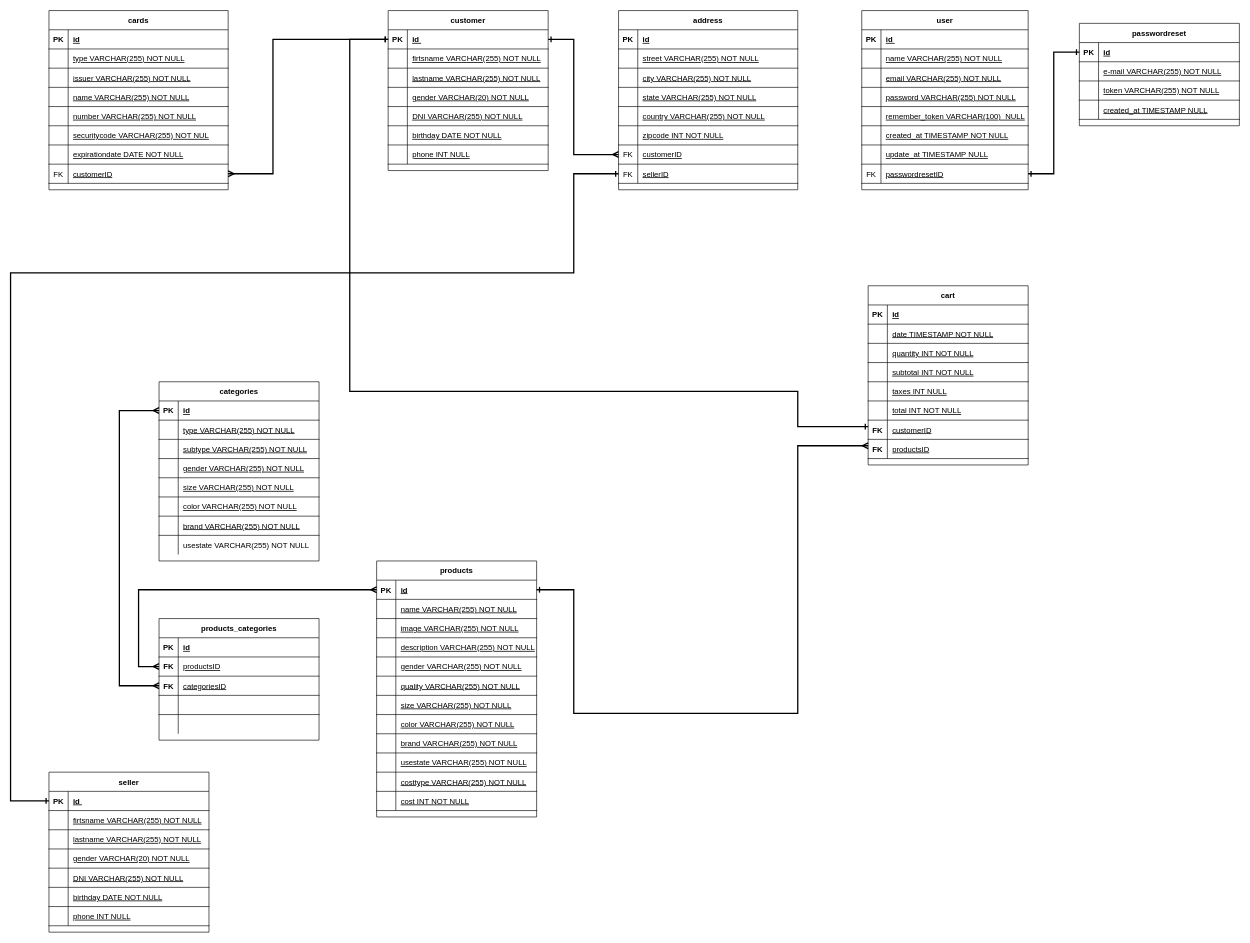
Above: Untitled Diagram.drawio in canetemauricio/equipo11 (draw.io), before the change. Source tidied: cells renumbered, new cells numbered last; positions are measured from the earlier drawing's top-left corner, leaving out a move shared by most shapes. Both pictures are drawn from the tidied source at 64%, with x=0, y=0 at pixel (10, 10).
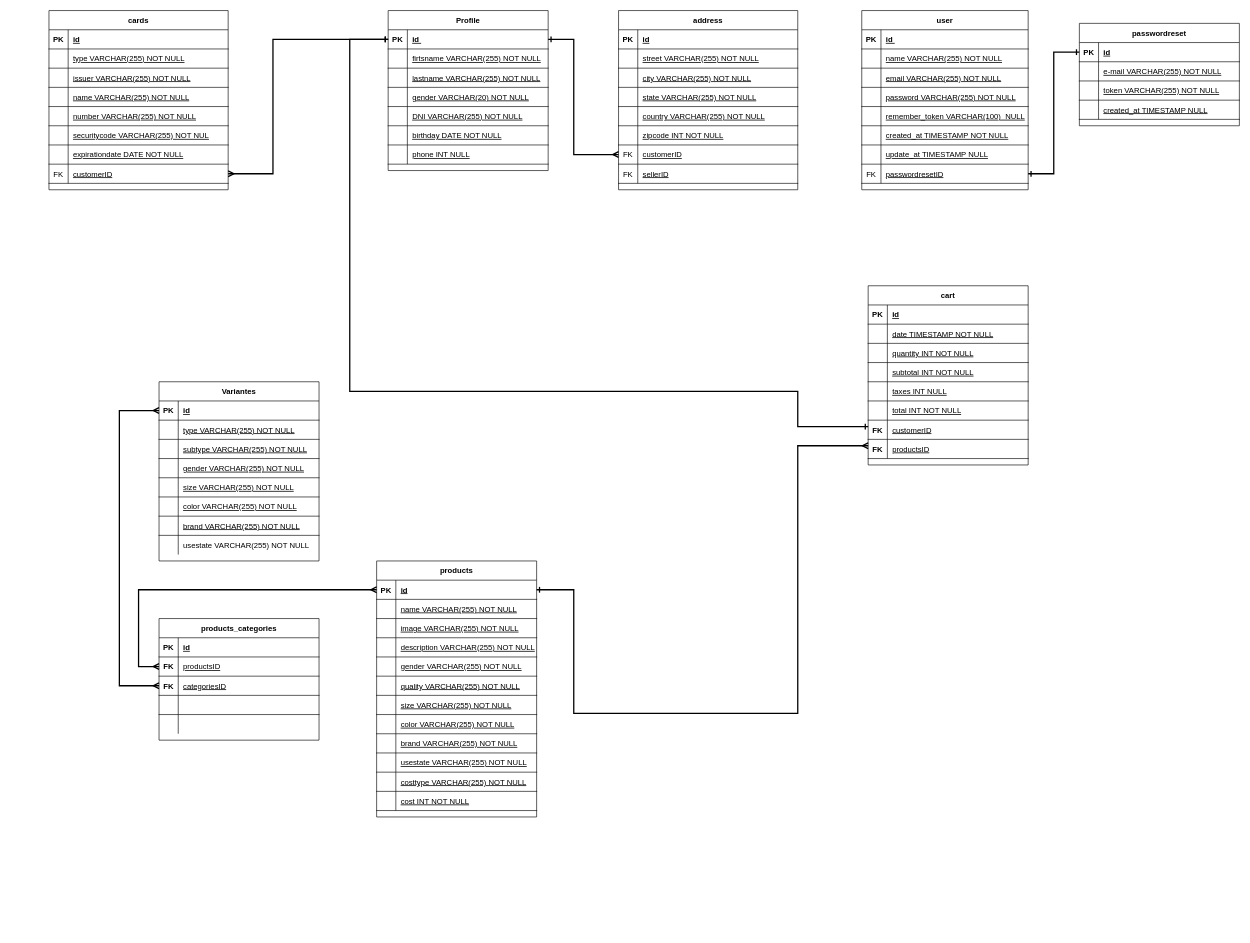
The same diagram, later.

Unchanged cells that the change refers to:
```xml
<mxCell id="133" style="shape=partialRectangle;fillColor=none;points=[[0,0.5],[1,0.5]];portConstraint=eastwest;top=0;left=0;right=0;bottom=1;fontStyle=0;" parent="111" vertex="1">
  <mxGeometry y="240" width="280" height="30" as="geometry" />
</mxCell>
```

Diff of the diagram source:
```diff
@@
-    <mxCell id="2" value="customer" style="shape=table;startSize=30;childLayout=tableLayout;rowLines=0;fontStyle=1;align=center;" parent="1" vertex="1">
+    <mxCell id="2" value="Profile" style="shape=table;startSize=30;childLayout=tableLayout;rowLines=0;fontStyle=1;align=center;" parent="1" vertex="1">
       <mxGeometry x="590" width="250" height="250" as="geometry" />
     </mxCell>
@@
-    <mxCell id="182" value="seller" style="shape=table;startSize=30;childLayout=tableLayout;rowLines=0;fontStyle=1;align=center;" parent="1" vertex="1">
-      <mxGeometry x="60" y="1190" width="250" height="250" as="geometry" />
-    </mxCell>
-    <mxCell id="183" style="shape=partialRectangle;fillColor=none;points=[[0,0.5],[1,0.5]];portConstraint=eastwest;top=0;left=0;right=0;bottom=1;" parent="182" vertex="1">
-      <mxGeometry y="30" width="250" height="30" as="geometry" />
-    </mxCell>
-    <mxCell id="184" value="PK" style="shape=partialRectangle;overflow=hidden;fillColor=none;top=0;left=0;bottom=0;right=0;fontStyle=1;" parent="183" vertex="1">
-      <mxGeometry width="30" height="30" as="geometry" />
-    </mxCell>
-    <mxCell id="185" value="id " style="shape=partialRectangle;overflow=hidden;fillColor=none;top=0;left=0;bottom=0;right=0;align=left;spacingLeft=6;fontStyle=5;" parent="183" vertex="1">
-      <mxGeometry x="30" width="220" height="30" as="geometry" />
-    </mxCell>
-    <mxCell id="186" style="shape=partialRectangle;fillColor=none;top=0;left=0;right=0;bottom=1;fontStyle=0;" parent="182" vertex="1">
-      <mxGeometry y="60" width="250" height="30" as="geometry" />
-    </mxCell>
-    <mxCell id="187" style="shape=partialRectangle;overflow=hidden;fillColor=none;top=0;left=0;bottom=0;right=0;fontStyle=0;" parent="186" vertex="1">
-      <mxGeometry width="30" height="30" as="geometry" />
-    </mxCell>
-    <mxCell id="188" value="firtsname VARCHAR(255) NOT NULL" style="shape=partialRectangle;overflow=hidden;fillColor=none;top=0;left=0;bottom=0;right=0;align=left;spacingLeft=6;fontStyle=4;" parent="186" vertex="1">
-      <mxGeometry x="30" width="220" height="30" as="geometry" />
-    </mxCell>
-    <mxCell id="189" style="shape=partialRectangle;fillColor=none;top=0;left=0;right=0;bottom=1;fontStyle=0;" parent="182" vertex="1">
-      <mxGeometry y="90" width="250" height="30" as="geometry" />
-    </mxCell>
-    <mxCell id="190" style="shape=partialRectangle;overflow=hidden;fillColor=none;top=0;left=0;bottom=0;right=0;fontStyle=0;" parent="189" vertex="1">
-      <mxGeometry width="30" height="30" as="geometry" />
-    </mxCell>
-    <mxCell id="191" value="lastname VARCHAR(255) NOT NULL" style="shape=partialRectangle;overflow=hidden;fillColor=none;top=0;left=0;bottom=0;right=0;align=left;spacingLeft=6;fontStyle=4;" parent="189" vertex="1">
-      <mxGeometry x="30" width="220" height="30" as="geometry" />
-    </mxCell>
-    <mxCell id="192" style="shape=partialRectangle;fillColor=none;top=0;left=0;right=0;bottom=1;fontStyle=0;" parent="182" vertex="1">
-      <mxGeometry y="120" width="250" height="30" as="geometry" />
-    </mxCell>
-    <mxCell id="193" style="shape=partialRectangle;overflow=hidden;fillColor=none;top=0;left=0;bottom=0;right=0;fontStyle=0;" parent="192" vertex="1">
-      <mxGeometry width="30" height="30" as="geometry" />
-    </mxCell>
-    <mxCell id="194" value="gender VARCHAR(20) NOT NULL" style="shape=partialRectangle;overflow=hidden;fillColor=none;top=0;left=0;bottom=0;right=0;align=left;spacingLeft=6;fontStyle=4;" parent="192" vertex="1">
-      <mxGeometry x="30" width="220" height="30" as="geometry" />
-    </mxCell>
-    <mxCell id="195" style="shape=partialRectangle;fillColor=none;top=0;left=0;right=0;bottom=1;fontStyle=0;" parent="182" vertex="1">
-      <mxGeometry y="150" width="250" height="30" as="geometry" />
-    </mxCell>
-    <mxCell id="196" style="shape=partialRectangle;overflow=hidden;fillColor=none;top=0;left=0;bottom=0;right=0;fontStyle=0;" parent="195" vertex="1">
-      <mxGeometry width="30" height="30" as="geometry" />
-    </mxCell>
-    <mxCell id="197" value="DNI VARCHAR(255) NOT NULL" style="shape=partialRectangle;overflow=hidden;fillColor=none;top=0;left=0;bottom=0;right=0;align=left;spacingLeft=6;fontStyle=4;" parent="195" vertex="1">
-      <mxGeometry x="30" width="220" height="30" as="geometry" />
-    </mxCell>
-    <mxCell id="198" style="shape=partialRectangle;fillColor=none;top=0;left=0;right=0;bottom=1;fontStyle=0;" parent="182" vertex="1">
-      <mxGeometry y="180" width="250" height="30" as="geometry" />
-    </mxCell>
-    <mxCell id="199" style="shape=partialRectangle;overflow=hidden;fillColor=none;top=0;left=0;bottom=0;right=0;fontStyle=0;" parent="198" vertex="1">
-      <mxGeometry width="30" height="30" as="geometry" />
-    </mxCell>
-    <mxCell id="200" value="birthday DATE NOT NULL" style="shape=partialRectangle;overflow=hidden;fillColor=none;top=0;left=0;bottom=0;right=0;align=left;spacingLeft=6;fontStyle=4;" parent="198" vertex="1">
-      <mxGeometry x="30" width="220" height="30" as="geometry" />
-    </mxCell>
-    <mxCell id="201" style="shape=partialRectangle;fillColor=none;top=0;left=0;right=0;bottom=1;fontStyle=0;" parent="182" vertex="1">
-      <mxGeometry y="210" width="250" height="30" as="geometry" />
-    </mxCell>
-    <mxCell id="202" style="shape=partialRectangle;overflow=hidden;fillColor=none;top=0;left=0;bottom=0;right=0;fontStyle=0;" parent="201" vertex="1">
-      <mxGeometry width="30" height="30" as="geometry" />
-    </mxCell>
-    <mxCell id="203" value="phone INT NULL" style="shape=partialRectangle;overflow=hidden;fillColor=none;top=0;left=0;bottom=0;right=0;align=left;spacingLeft=6;fontStyle=4;" parent="201" vertex="1">
-      <mxGeometry x="30" width="220" height="30" as="geometry" />
-    </mxCell>
@@
-    <mxCell id="221" value="categories" style="shape=table;startSize=30;childLayout=tableLayout;rowLines=0;fontStyle=1;align=center;" parent="1" vertex="1">
+    <mxCell id="221" value="Variantes" style="shape=table;startSize=30;childLayout=tableLayout;rowLines=0;fontStyle=1;align=center;" parent="1" vertex="1">
       <mxGeometry x="232" y="580" width="250" height="280" as="geometry" />
     </mxCell>
@@
-    <mxCell id="249" style="edgeStyle=orthogonalEdgeStyle;rounded=0;jettySize=auto;html=1;startArrow=ERone;startFill=0;endArrow=ERone;endFill=0;strokeWidth=2;exitX=0;exitY=0.5;exitDx=0;exitDy=0;entryX=0;entryY=0.5;entryDx=0;entryDy=0;" parent="1" edge="1" source="133" target="183">
-      <mxGeometry relative="1" as="geometry">
-        <Array as="points">
-          <mxPoint x="880" y="255" />
-          <mxPoint x="880" y="410" />
-          <mxPoint y="410" />
-          <mxPoint y="1235" />
-        </Array>
-      </mxGeometry>
-    </mxCell>
```
